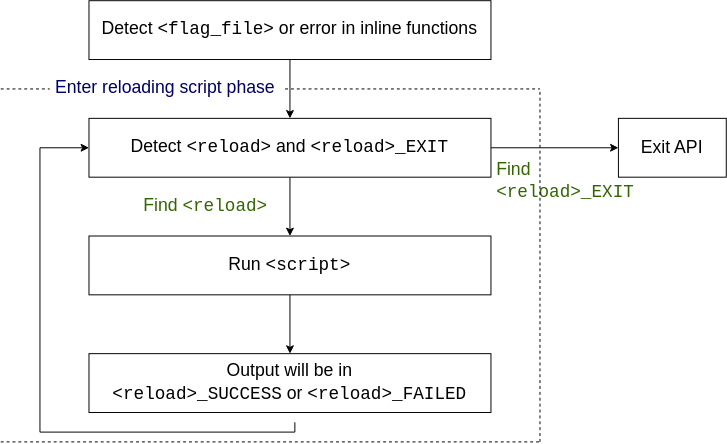
yt-project/libyt keeps this draw.io diagram as doc/_static/svg/ReloadingScript-light.svg. Above is the earlier version. Source tidied: cells renumbered, new cells last; positions are measured from the earlier drawing's top-left corner, leaving out a move shared by most shapes.
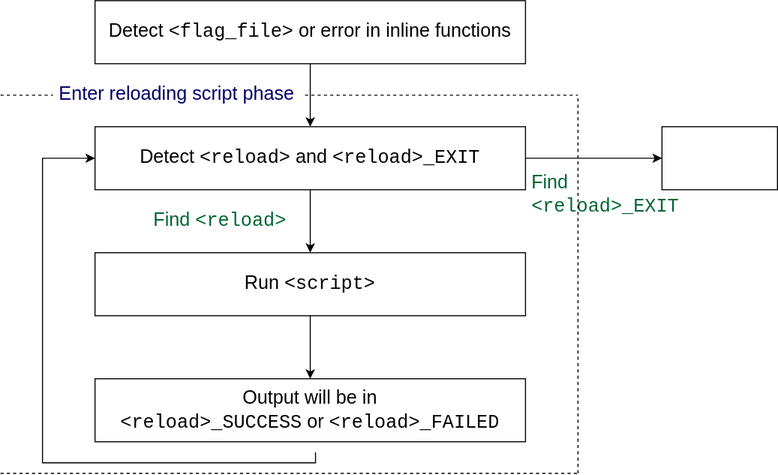
Later version of the same file.

Commit message:
Add reloading script workflow image dark mode.

Diff of the diagram source:
```diff
@@ -36,13 +36,13 @@
     <mxCell id="11" value="Run &lt;font face=&quot;Courier New&quot;&gt;&amp;lt;script&amp;gt;&lt;/font&gt;" style="rounded=0;whiteSpace=wrap;html=1;fontFamily=Helvetica;fontSize=18;fontColor=#000000;" parent="1" vertex="1">
       <mxGeometry x="90" y="240" width="410" height="60" as="geometry" />
     </mxCell>
-    <mxCell id="12" value="&lt;font face=&quot;Helvetica&quot;&gt;Find &lt;/font&gt;&amp;lt;reload&amp;gt;" style="text;strokeColor=none;fillColor=none;align=left;verticalAlign=middle;spacingLeft=4;spacingRight=4;overflow=hidden;whiteSpace=wrap;html=1;fontSize=18;fontFamily=Courier New;fontColor=#336600;" parent="1" vertex="1">
+    <mxCell id="12" value="&lt;font face=&quot;Helvetica&quot;&gt;Find &lt;/font&gt;&amp;lt;reload&amp;gt;" style="text;strokeColor=none;fillColor=none;align=left;verticalAlign=middle;spacingLeft=4;spacingRight=4;overflow=hidden;whiteSpace=wrap;html=1;fontSize=18;fontFamily=Courier New;fontColor=#006633;" parent="1" vertex="1">
       <mxGeometry x="140" y="190" width="150" height="40" as="geometry" />
     </mxCell>
-    <mxCell id="13" value="&lt;font face=&quot;Helvetica&quot;&gt;Find &lt;br&gt;&lt;/font&gt;&amp;lt;reload&amp;gt;_EXIT" style="text;strokeColor=none;fillColor=none;align=left;verticalAlign=middle;spacingLeft=4;spacingRight=4;overflow=hidden;whiteSpace=wrap;html=1;fontSize=18;fontFamily=Courier New;fontColor=#336600;" parent="1" vertex="1">
+    <mxCell id="13" value="&lt;font face=&quot;Helvetica&quot;&gt;Find &lt;br&gt;&lt;/font&gt;&amp;lt;reload&amp;gt;_EXIT" style="text;strokeColor=none;fillColor=none;align=left;verticalAlign=middle;spacingLeft=4;spacingRight=4;overflow=hidden;whiteSpace=wrap;html=1;fontSize=18;fontFamily=Courier New;fontColor=#006633;" parent="1" vertex="1">
       <mxGeometry x="500" y="160" width="210" height="50" as="geometry" />
     </mxCell>
-    <mxCell id="14" value="&lt;font color=&quot;#000000&quot;&gt;&lt;font face=&quot;Helvetica&quot;&gt;Output will be in &lt;br&gt;&lt;/font&gt;&amp;lt;reload&amp;gt;_SUCCESS&lt;font face=&quot;Helvetica&quot;&gt; or&amp;nbsp;&lt;/font&gt;&amp;lt;reload&amp;gt;_FAILED&lt;/font&gt;" style="rounded=0;whiteSpace=wrap;html=1;fontFamily=Courier New;fontSize=18;fontColor=#336600;" parent="1" vertex="1">
+    <mxCell id="14" value="&lt;font&gt;&lt;font face=&quot;Helvetica&quot;&gt;Output will be in &lt;br&gt;&lt;/font&gt;&amp;lt;reload&amp;gt;_SUCCESS&lt;font face=&quot;Helvetica&quot;&gt; or&amp;nbsp;&lt;/font&gt;&amp;lt;reload&amp;gt;_FAILED&lt;/font&gt;" style="rounded=0;whiteSpace=wrap;html=1;fontFamily=Courier New;fontSize=18;fontColor=#000000;" parent="1" vertex="1">
       <mxGeometry x="90" y="360" width="410" height="60" as="geometry" />
     </mxCell>
     <mxCell id="15" style="endArrow=none;dashed=1;html=1;rounded=0;fontFamily=Helvetica;fontSize=18;fontColor=#000000;exitX=1;exitY=0.5;exitDx=0;exitDy=0;" parent="1" edge="1">
@@ -67,7 +67,7 @@
         <mxPoint x="550" y="90" as="targetPoint" />
       </mxGeometry>
     </mxCell>
-    <mxCell id="18" value="Exit API" style="rounded=0;whiteSpace=wrap;html=1;fontFamily=Helvetica;fontSize=18;fontColor=#000000;" parent="1" vertex="1">
+    <mxCell id="18" value="Exit API" style="rounded=0;whiteSpace=wrap;html=1;fontFamily=Helvetica;fontSize=18;fontColor=#FFFFFF;" parent="1" vertex="1">
       <mxGeometry x="630" y="120" width="110" height="60" as="geometry" />
     </mxCell>
   </root>
```
